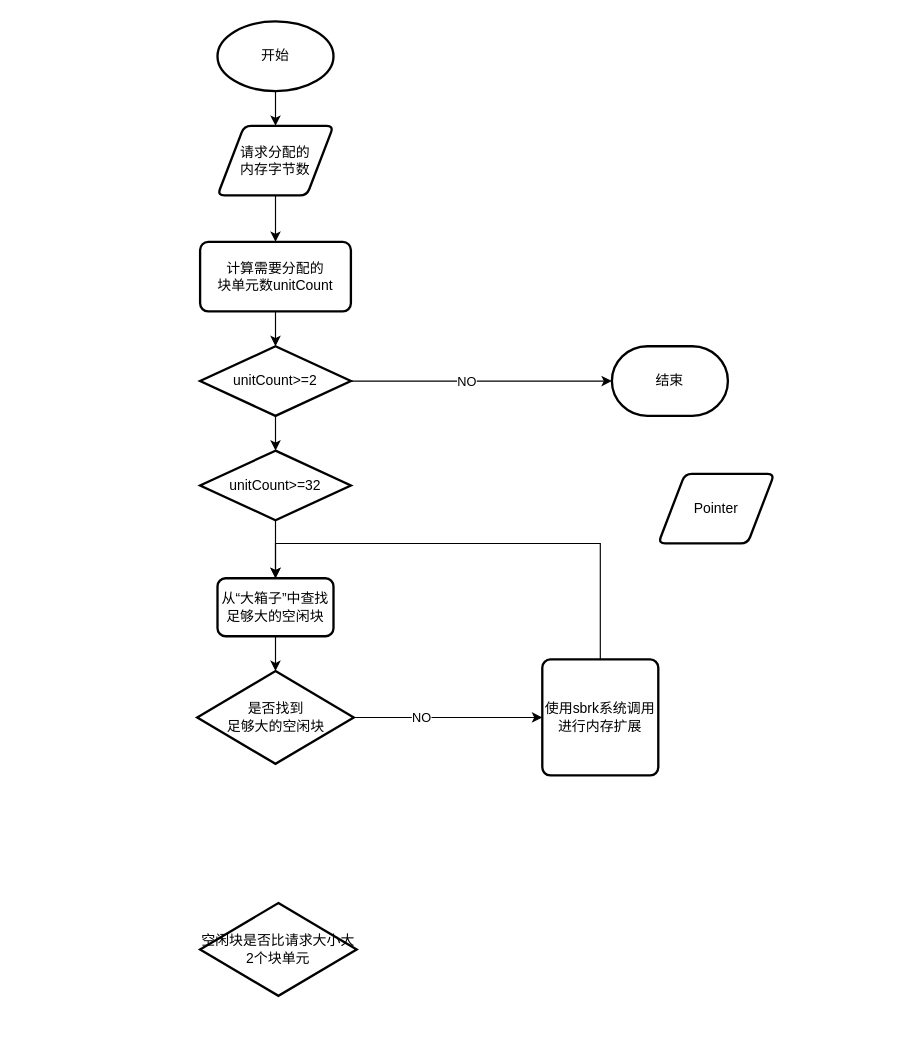
Before: myumalloc_FD.drawio in yayaer123/drawio_demo, a draw.io diagram. Source tidied: cells renumbered, new cells numbered last; positions are measured from the earlier drawing's top-left corner, leaving out a move shared by most shapes. Both pictures are drawn from the tidied source at 116%, with x=0, y=0 at pixel (196, 21).
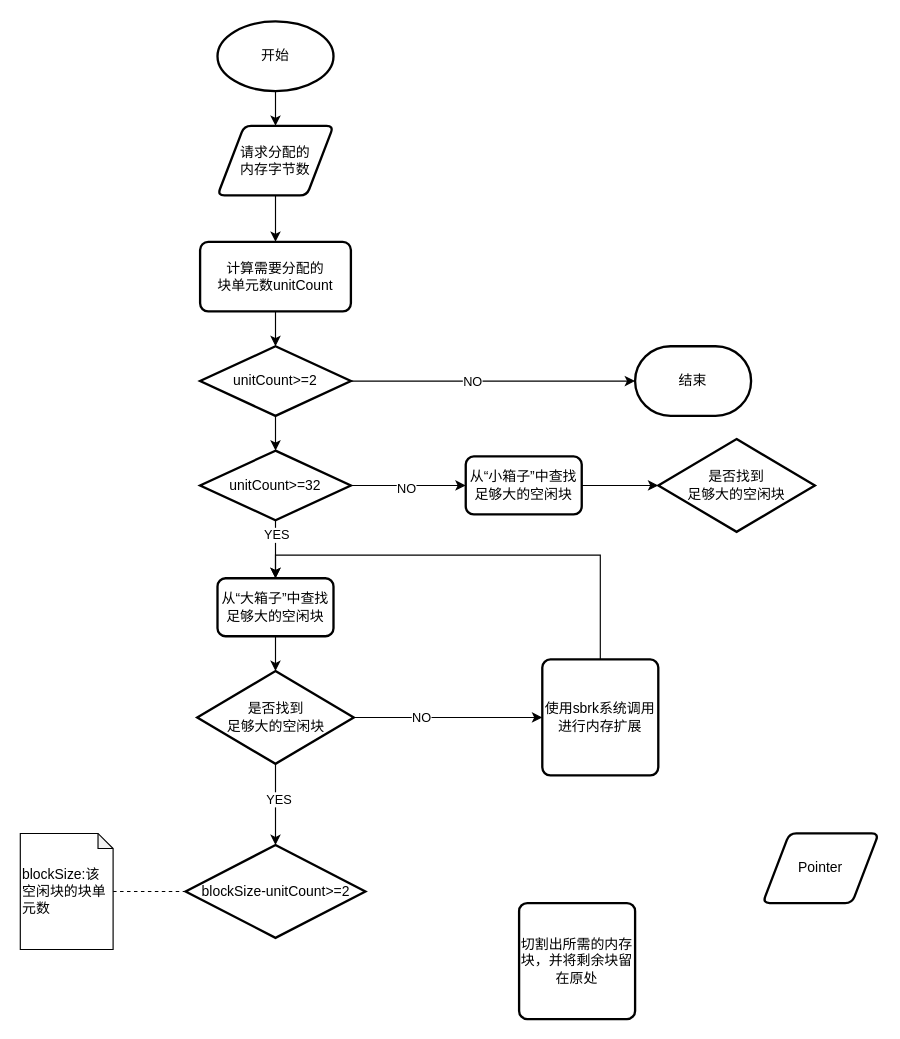
The same diagram, later.

The change refers to these unchanged cells:
```xml
<mxCell id="14" style="edgeStyle=orthogonalEdgeStyle;rounded=0;jettySize=auto;html=1;" parent="1" edge="1" source="15" target="17">
  <mxGeometry relative="1" as="geometry" />
</mxCell>
<mxCell id="15" value="unitCount&amp;gt;=32" style="strokeWidth=2;html=1;shape=mxgraph.flowchart.decision;whiteSpace=wrap;" parent="1" vertex="1">
  <mxGeometry x="3" y="370" width="130" height="60" as="geometry" />
</mxCell>
<mxCell id="17" value="从“大箱子”中查找足够大的空闲块" style="rounded=1;whiteSpace=wrap;html=1;absoluteArcSize=1;arcSize=14;strokeWidth=2;" parent="1" vertex="1">
  <mxGeometry x="18" y="480" width="100" height="50" as="geometry" />
</mxCell>
<mxCell id="20" value="是否找到&lt;div&gt;足够大的空闲块&lt;/div&gt;" style="strokeWidth=2;html=1;shape=mxgraph.flowchart.decision;whiteSpace=wrap;" parent="1" vertex="1">
  <mxGeometry x="0.5" y="560" width="135" height="80" as="geometry" />
</mxCell>
<mxCell id="22" value="使用sbrk系统调用进行内存扩展" style="rounded=1;whiteSpace=wrap;html=1;absoluteArcSize=1;arcSize=14;strokeWidth=2;" parent="1" vertex="1">
  <mxGeometry x="298" y="550" width="100" height="100" as="geometry" />
</mxCell>
```

What changed in the source:
```diff
@@
     <mxCell id="12" value="结束" style="strokeWidth=2;html=1;shape=mxgraph.flowchart.terminator;whiteSpace=wrap;" parent="1" vertex="1">
-      <mxGeometry x="358" y="280" width="100" height="60" as="geometry" />
+      <mxGeometry x="378" y="280" width="100" height="60" as="geometry" />
     </mxCell>
     <mxCell id="13" value="Pointer" style="shape=parallelogram;html=1;strokeWidth=2;perimeter=parallelogramPerimeter;whiteSpace=wrap;rounded=1;arcSize=12;size=0.23;" parent="1" vertex="1">
-      <mxGeometry x="398" y="390" width="100" height="60" as="geometry" />
+      <mxGeometry x="488" y="700" width="100" height="60" as="geometry" />
     </mxCell>
@@
+    <mxCell id="24" value="YES" style="edgeLabel;html=1;align=center;verticalAlign=middle;" parent="14" vertex="1">
+      <mxGeometry x="-0.53" relative="1" as="geometry" />
+    </mxCell>
+    <mxCell id="25" style="edgeStyle=orthogonalEdgeStyle;rounded=0;jettySize=auto;html=1;" parent="1" edge="1" source="15" target="33">
+      <mxGeometry relative="1" as="geometry" />
+    </mxCell>
+    <mxCell id="26" value="NO" style="edgeLabel;html=1;align=center;verticalAlign=middle;" parent="25" vertex="1">
+      <mxGeometry x="-0.06" y="-2" relative="1" as="geometry" />
+    </mxCell>
@@
+    <mxCell id="27" style="edgeStyle=orthogonalEdgeStyle;rounded=0;jettySize=auto;html=1;" parent="1" edge="1" source="20" target="23">
+      <mxGeometry relative="1" as="geometry" />
+    </mxCell>
+    <mxCell id="28" value="YES" style="edgeLabel;html=1;align=center;verticalAlign=middle;" parent="27" vertex="1">
+      <mxGeometry x="-0.14" y="2" relative="1" as="geometry" />
+    </mxCell>
@@
     <mxCell id="21" style="edgeStyle=orthogonalEdgeStyle;rounded=0;jettySize=auto;html=1;" parent="1" edge="1" source="22" target="17">
       <mxGeometry relative="1" as="geometry">
         <Array as="points">
-          <mxPoint x="348" y="450" />
-          <mxPoint x="68" y="450" />
+          <mxPoint x="348" y="460" />
+          <mxPoint x="68" y="460" />
         </Array>
       </mxGeometry>
     </mxCell>
@@
-    <mxCell id="23" value="&lt;span style=&quot;background-color: initial;&quot;&gt;空闲块是否比请求大小大2个块单元&lt;/span&gt;" style="strokeWidth=2;html=1;shape=mxgraph.flowchart.decision;whiteSpace=wrap;" parent="1" vertex="1">
-      <mxGeometry x="3" y="760" width="135" height="80" as="geometry" />
+    <mxCell id="23" value="blockSize-unitCount&amp;gt;=2" style="strokeWidth=2;html=1;shape=mxgraph.flowchart.decision;whiteSpace=wrap;" parent="1" vertex="1">
+      <mxGeometry x="-9.5" y="710" width="155" height="80" as="geometry" />
     </mxCell>
+    <mxCell id="29" style="edgeStyle=orthogonalEdgeStyle;rounded=0;jettySize=auto;html=1;endArrow=none;endFill=0;dashed=1;" parent="1" edge="1" source="30" target="23">
+      <mxGeometry relative="1" as="geometry" />
+    </mxCell>
+    <mxCell id="30" value="blockSize:该空闲块的块单元数" style="shape=note;whiteSpace=wrap;html=1;backgroundOutline=1;darkOpacity=0.05;size=13;align=left;" parent="1" vertex="1">
+      <mxGeometry x="-152" y="700" width="80" height="100" as="geometry" />
+    </mxCell>
+    <mxCell id="31" value="切割出所需的内存块，并将剩余块留在原处" style="rounded=1;whiteSpace=wrap;html=1;absoluteArcSize=1;arcSize=14;strokeWidth=2;" parent="1" vertex="1">
+      <mxGeometry x="278" y="760" width="100" height="100" as="geometry" />
+    </mxCell>
+    <mxCell id="32" style="edgeStyle=orthogonalEdgeStyle;rounded=0;jettySize=auto;html=1;" parent="1" edge="1" source="33" target="34">
+      <mxGeometry relative="1" as="geometry" />
+    </mxCell>
+    <mxCell id="33" value="从“小箱子”中查找足够大的空闲块" style="rounded=1;whiteSpace=wrap;html=1;absoluteArcSize=1;arcSize=14;strokeWidth=2;" parent="1" vertex="1">
+      <mxGeometry x="232" y="375" width="100" height="50" as="geometry" />
+    </mxCell>
+    <mxCell id="34" value="是否找到&lt;div&gt;足够大的空闲块&lt;/div&gt;" style="strokeWidth=2;html=1;shape=mxgraph.flowchart.decision;whiteSpace=wrap;" parent="1" vertex="1">
+      <mxGeometry x="398" y="360" width="135" height="80" as="geometry" />
+    </mxCell>
```
